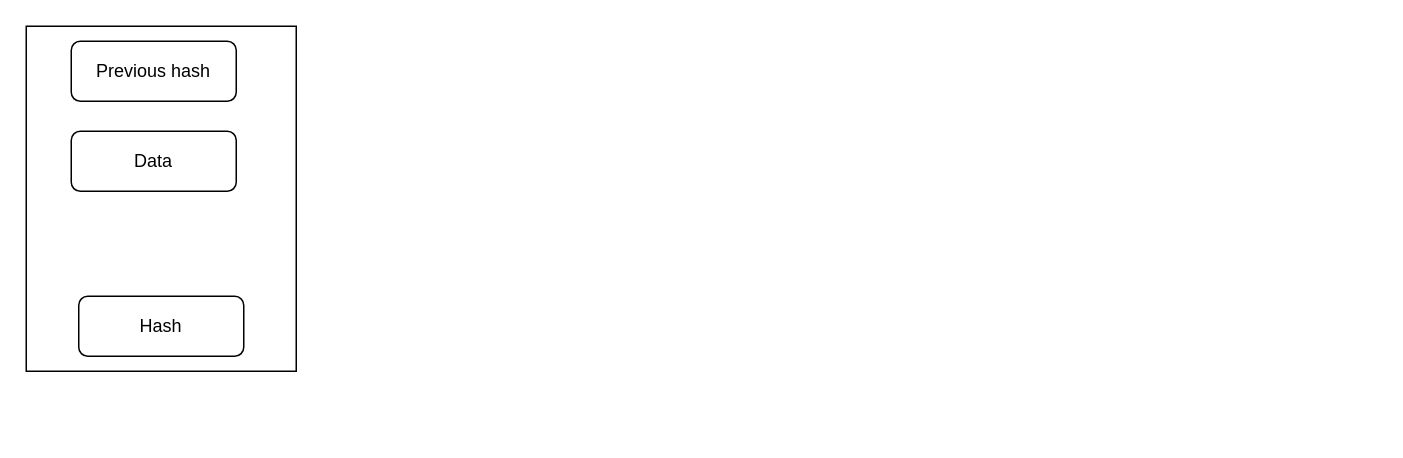
vcviet253/Utils keeps this draw.io diagram as Blockchain.drawio. Above is the earlier version. Source tidied: cells renumbered, new cells numbered last; positions are measured from the earlier drawing's top-left corner, leaving out a move shared by most shapes. Both pictures are drawn from the tidied source at 150%, with x=0, y=0 at pixel (26, 26).
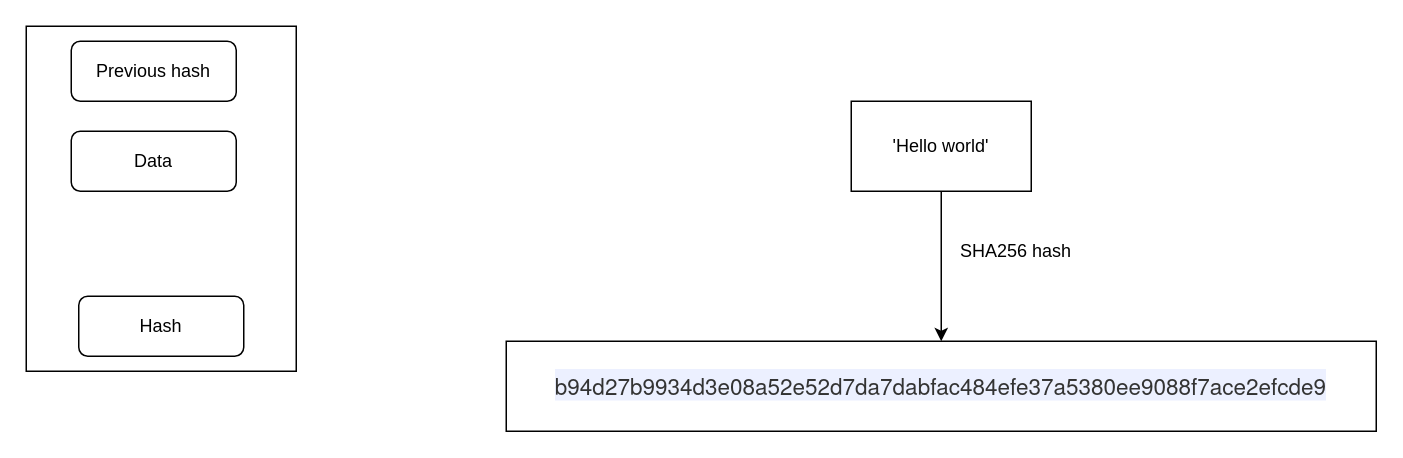
After the change.

What changed in the source:
```diff
@@
 <mxGraphModel>
   <root>
     <mxCell id="0" />
     <mxCell id="1" parent="0" />
     <mxCell id="2" style="rounded=0;whiteSpace=wrap;html=1;" parent="1" vertex="1">
       <mxGeometry width="180" height="230" as="geometry" />
     </mxCell>
     <mxCell id="3" value="Previous hash" style="rounded=1;whiteSpace=wrap;html=1;" parent="1" vertex="1">
       <mxGeometry x="30" y="10" width="110" height="40" as="geometry" />
     </mxCell>
     <mxCell id="4" value="Data" style="rounded=1;whiteSpace=wrap;html=1;" parent="1" vertex="1">
       <mxGeometry x="30" y="70" width="110" height="40" as="geometry" />
     </mxCell>
     <mxCell id="5" value="Hash" style="rounded=1;whiteSpace=wrap;html=1;" parent="1" vertex="1">
       <mxGeometry x="35" y="180" width="110" height="40" as="geometry" />
     </mxCell>
+    <mxCell id="6" style="edgeStyle=orthogonalEdgeStyle;rounded=0;jettySize=auto;html=1;" parent="1" edge="1" source="7" target="8">
+      <mxGeometry relative="1" as="geometry" />
+    </mxCell>
+    <mxCell id="7" value="'Hello world'" style="rounded=0;whiteSpace=wrap;html=1;" parent="1" vertex="1">
+      <mxGeometry x="550" y="50" width="120" height="60" as="geometry" />
+    </mxCell>
+    <mxCell id="8" value="&lt;span style=&quot;color: rgb(51 , 51 , 51) ; font-family: &amp;#34;helvetica neue&amp;#34; , &amp;#34;helvetica&amp;#34; , &amp;#34;arial&amp;#34; , sans-serif ; font-size: 15px ; background-color: rgb(236 , 240 , 255)&quot;&gt;b94d27b9934d3e08a52e52d7da7dabfac484efe37a5380ee9088f7ace2efcde9&lt;/span&gt;" style="rounded=0;whiteSpace=wrap;html=1;" parent="1" vertex="1">
+      <mxGeometry x="320" y="210" width="580" height="60" as="geometry" />
+    </mxCell>
+    <mxCell id="9" value="SHA256 hash" style="text;html=1;strokeColor=none;fillColor=none;align=center;verticalAlign=middle;whiteSpace=wrap;rounded=0;" parent="1" vertex="1">
+      <mxGeometry x="620" y="140" width="80" height="20" as="geometry" />
+    </mxCell>
   </root>
 </mxGraphModel>
```
